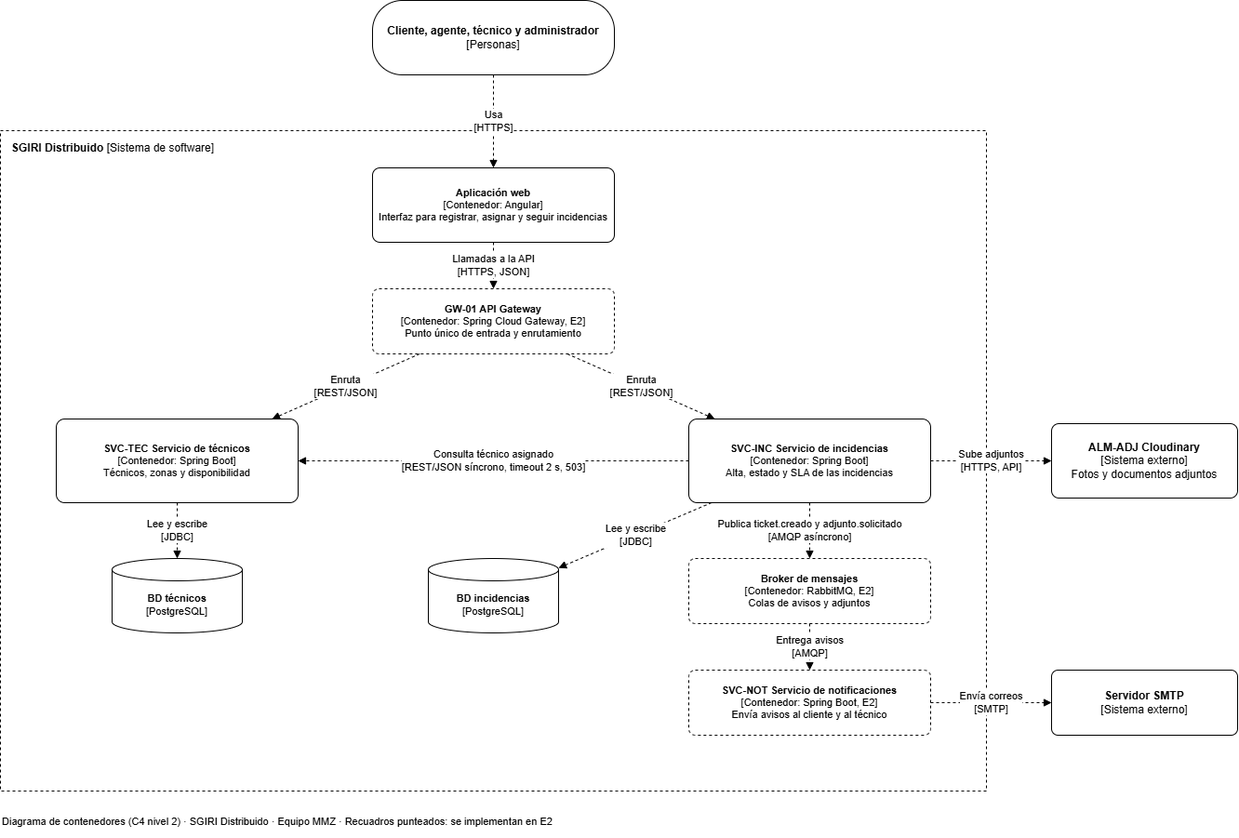
Amendozab5/sgiri-distribuido keeps this draw.io diagram as docs/diagramas/C4-nivel-2-SGIRI.png. Above is the earlier version. Source tidied: cells renumbered, new cells last; positions are measured from the earlier drawing's top-left corner, leaving out a move shared by most shapes.
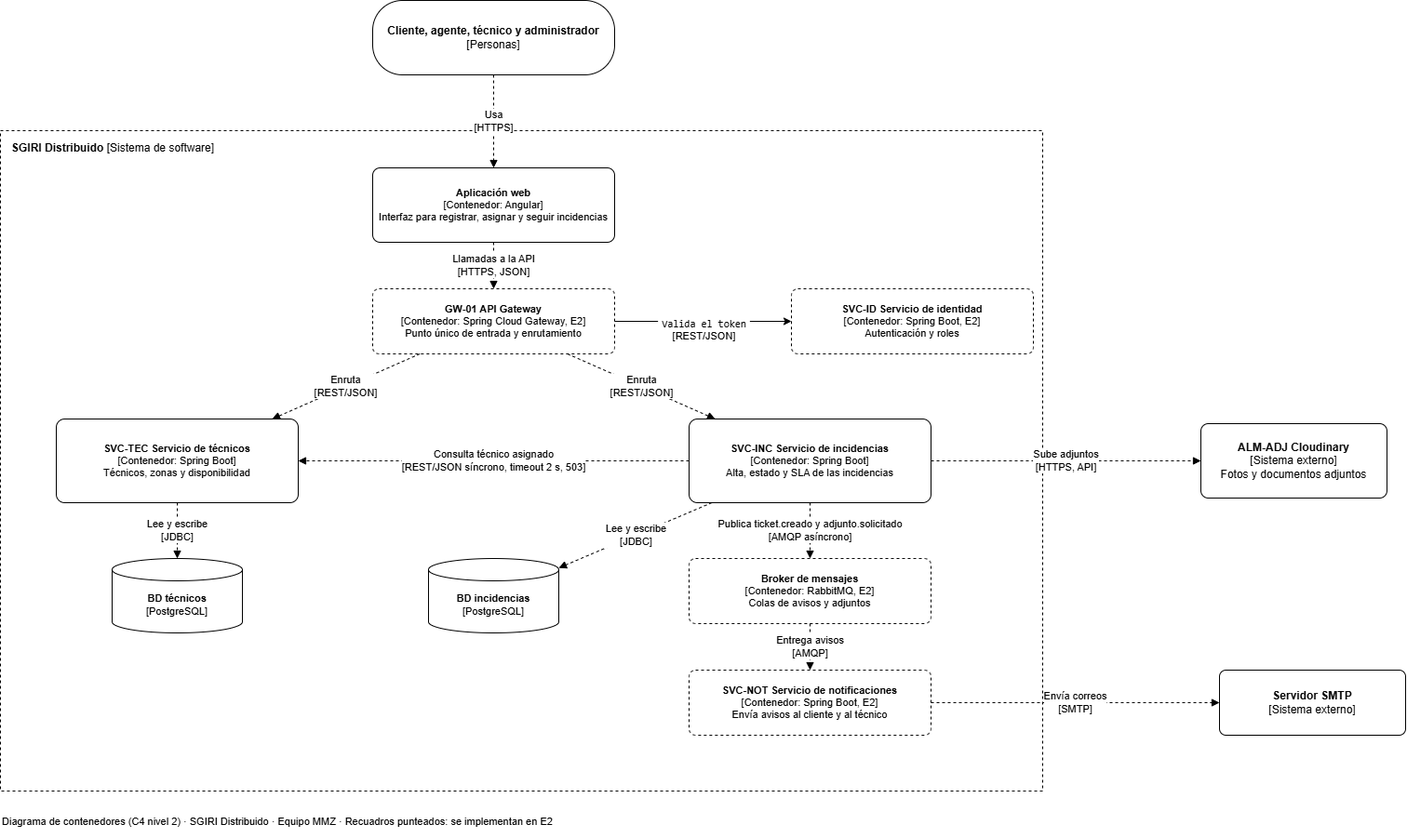
After the commit.

Commit message:
Arreglar diagrama

The edit, as a diff of the source:
```diff
@@ -3,7 +3,7 @@
     <mxCell id="0" />
     <mxCell id="1" parent="0" />
     <mxCell id="2" style="rounded=0;whiteSpace=wrap;html=1;dashed=1;" parent="1" vertex="1">
-      <mxGeometry y="140" width="1060" height="710" as="geometry" />
+      <mxGeometry y="140" width="1120" height="710" as="geometry" />
     </mxCell>
     <mxCell id="3" value="&lt;b&gt;SGIRI Distribuido&lt;/b&gt; [Sistema de software]" style="text;html=1;align=left;fontSize=12;" parent="1" vertex="1">
       <mxGeometry x="10" y="145" width="500" height="20" as="geometry" />
@@ -14,6 +14,14 @@
     <mxCell id="5" value="&lt;b&gt;Aplicación web&lt;/b&gt;&lt;br&gt;[Contenedor: Angular]&lt;br&gt;Interfaz para registrar, asignar y seguir incidencias" style="rounded=1;whiteSpace=wrap;html=1;fontSize=11;arcSize=10;" parent="1" vertex="1">
       <mxGeometry x="400" y="180" width="260" height="80" as="geometry" />
     </mxCell>
+    <mxCell id="27" style="edgeStyle=orthogonalEdgeStyle;rounded=0;jettySize=auto;html=1;defaultLabelBackgroundColor=page;labelPadding=0 4;" parent="1" edge="1" source="6" target="29">
+      <mxGeometry relative="1" as="geometry" />
+    </mxCell>
+    <mxCell id="28" value="&lt;font face=&quot;Helvetica&quot;&gt;&lt;code dir=&quot;ltr&quot;&gt;Valida el token&lt;/code&gt;&lt;br&gt;&lt;/font&gt;&lt;div&gt;&lt;code dir=&quot;ltr&quot;&gt;&lt;font face=&quot;Helvetica&quot;&gt;[REST/JSON]&lt;/font&gt;&lt;/code&gt;&lt;/div&gt;&lt;div&gt;&lt;code dir=&quot;ltr&quot;&gt;&lt;br&gt;&lt;/code&gt;&lt;/div&gt;" style="edgeLabel;html=1;align=center;verticalAlign=middle;inheritText=1;defaultLabelBackgroundColor=page;labelPadding=0 4;" parent="27" vertex="1">
+      <mxGeometry x="0.32" y="-2" relative="1" as="geometry">
+        <mxPoint x="-30" y="13" as="offset" />
+      </mxGeometry>
+    </mxCell>
     <mxCell id="6" value="&lt;b&gt;GW-01 API Gateway&lt;/b&gt;&lt;br&gt;[Contenedor: Spring Cloud Gateway, E2]&lt;br&gt;Punto único de entrada y enrutamiento" style="rounded=1;whiteSpace=wrap;html=1;dashed=1;fontSize=11;arcSize=10;" parent="1" vertex="1">
       <mxGeometry x="400" y="310" width="260" height="70" as="geometry" />
     </mxCell>
@@ -36,10 +44,10 @@
       <mxGeometry x="120" y="600" width="140" height="80" as="geometry" />
     </mxCell>
     <mxCell id="13" value="&lt;b&gt;ALM-ADJ Cloudinary&lt;/b&gt;&lt;br&gt;[Sistema externo]&lt;br&gt;Fotos y documentos adjuntos" style="rounded=1;whiteSpace=wrap;html=1;fontSize=12;arcSize=10;" parent="1" vertex="1">
-      <mxGeometry x="1130" y="455" width="200" height="80" as="geometry" />
+      <mxGeometry x="1290" y="455" width="200" height="80" as="geometry" />
     </mxCell>
     <mxCell id="14" value="&lt;b&gt;Servidor SMTP&lt;/b&gt;&lt;br&gt;[Sistema externo]" style="rounded=1;whiteSpace=wrap;html=1;fontSize=12;arcSize=10;" parent="1" vertex="1">
-      <mxGeometry x="1130" y="720" width="200" height="70" as="geometry" />
+      <mxGeometry x="1310" y="720" width="200" height="70" as="geometry" />
     </mxCell>
     <mxCell id="15" value="Usa&lt;br&gt;[HTTPS]" style="endArrow=block;endFill=1;html=1;dashed=1;fontSize=11;labelBackgroundColor=#ffffff;" parent="1" edge="1" source="4" target="5">
       <mxGeometry relative="1" as="geometry" />
@@ -77,5 +85,8 @@
     <mxCell id="26" value="Diagrama de contenedores (C4 nivel 2) · SGIRI Distribuido · Equipo MMZ · Recuadros punteados: se implementan en E2" style="text;html=1;align=left;fontSize=11;" parent="1" vertex="1">
       <mxGeometry y="870" width="1330" height="30" as="geometry" />
     </mxCell>
+    <mxCell id="29" value="&lt;div&gt;&lt;b&gt;SVC-ID Servicio de identidad&lt;/b&gt;&lt;/div&gt;&lt;div&gt;[Contenedor: Spring Boot, E2]&lt;/div&gt;&lt;div&gt;Autenticación y roles&lt;/div&gt;" style="rounded=1;whiteSpace=wrap;html=1;dashed=1;fontSize=11;arcSize=10;" parent="1" vertex="1">
+      <mxGeometry x="850" y="310" width="260" height="70" as="geometry" />
+    </mxCell>
   </root>
 </mxGraphModel>
```
